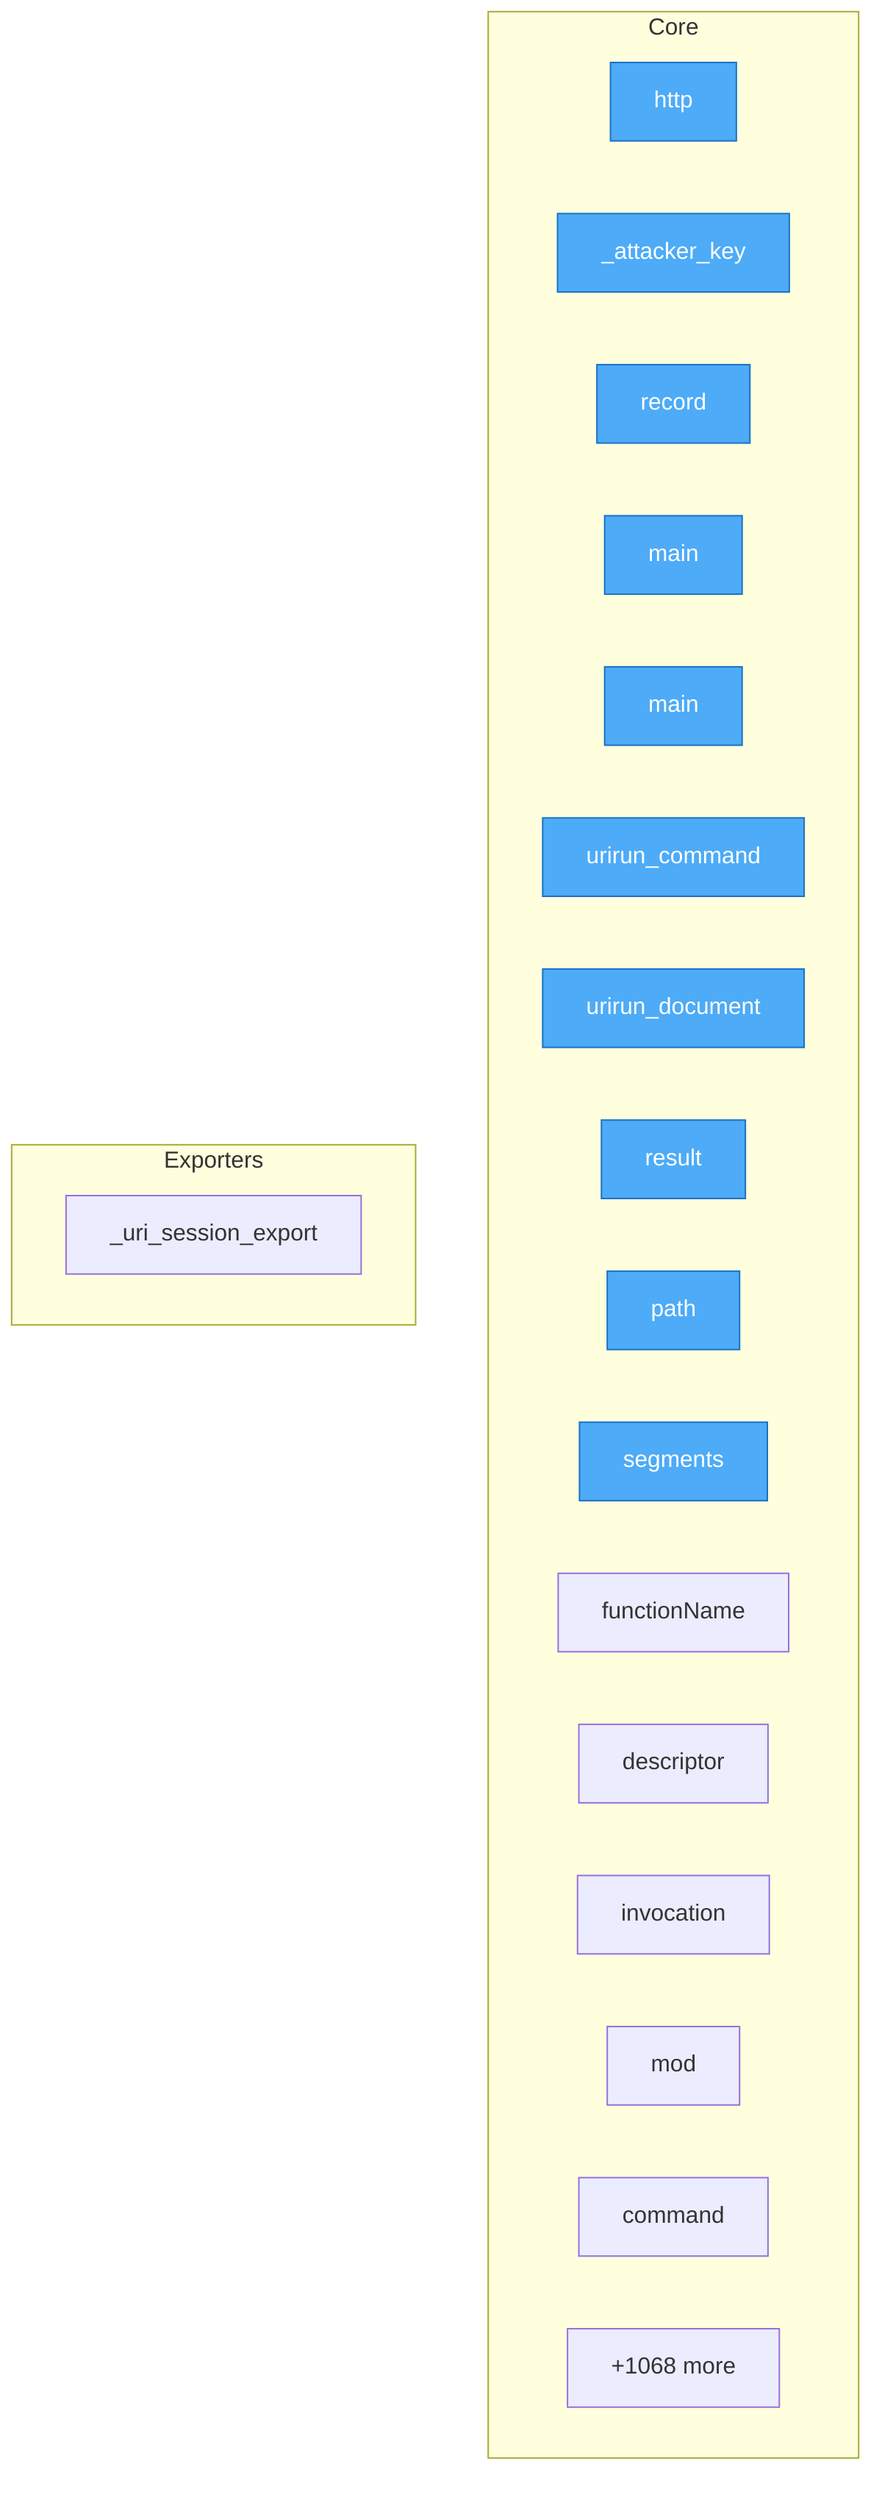
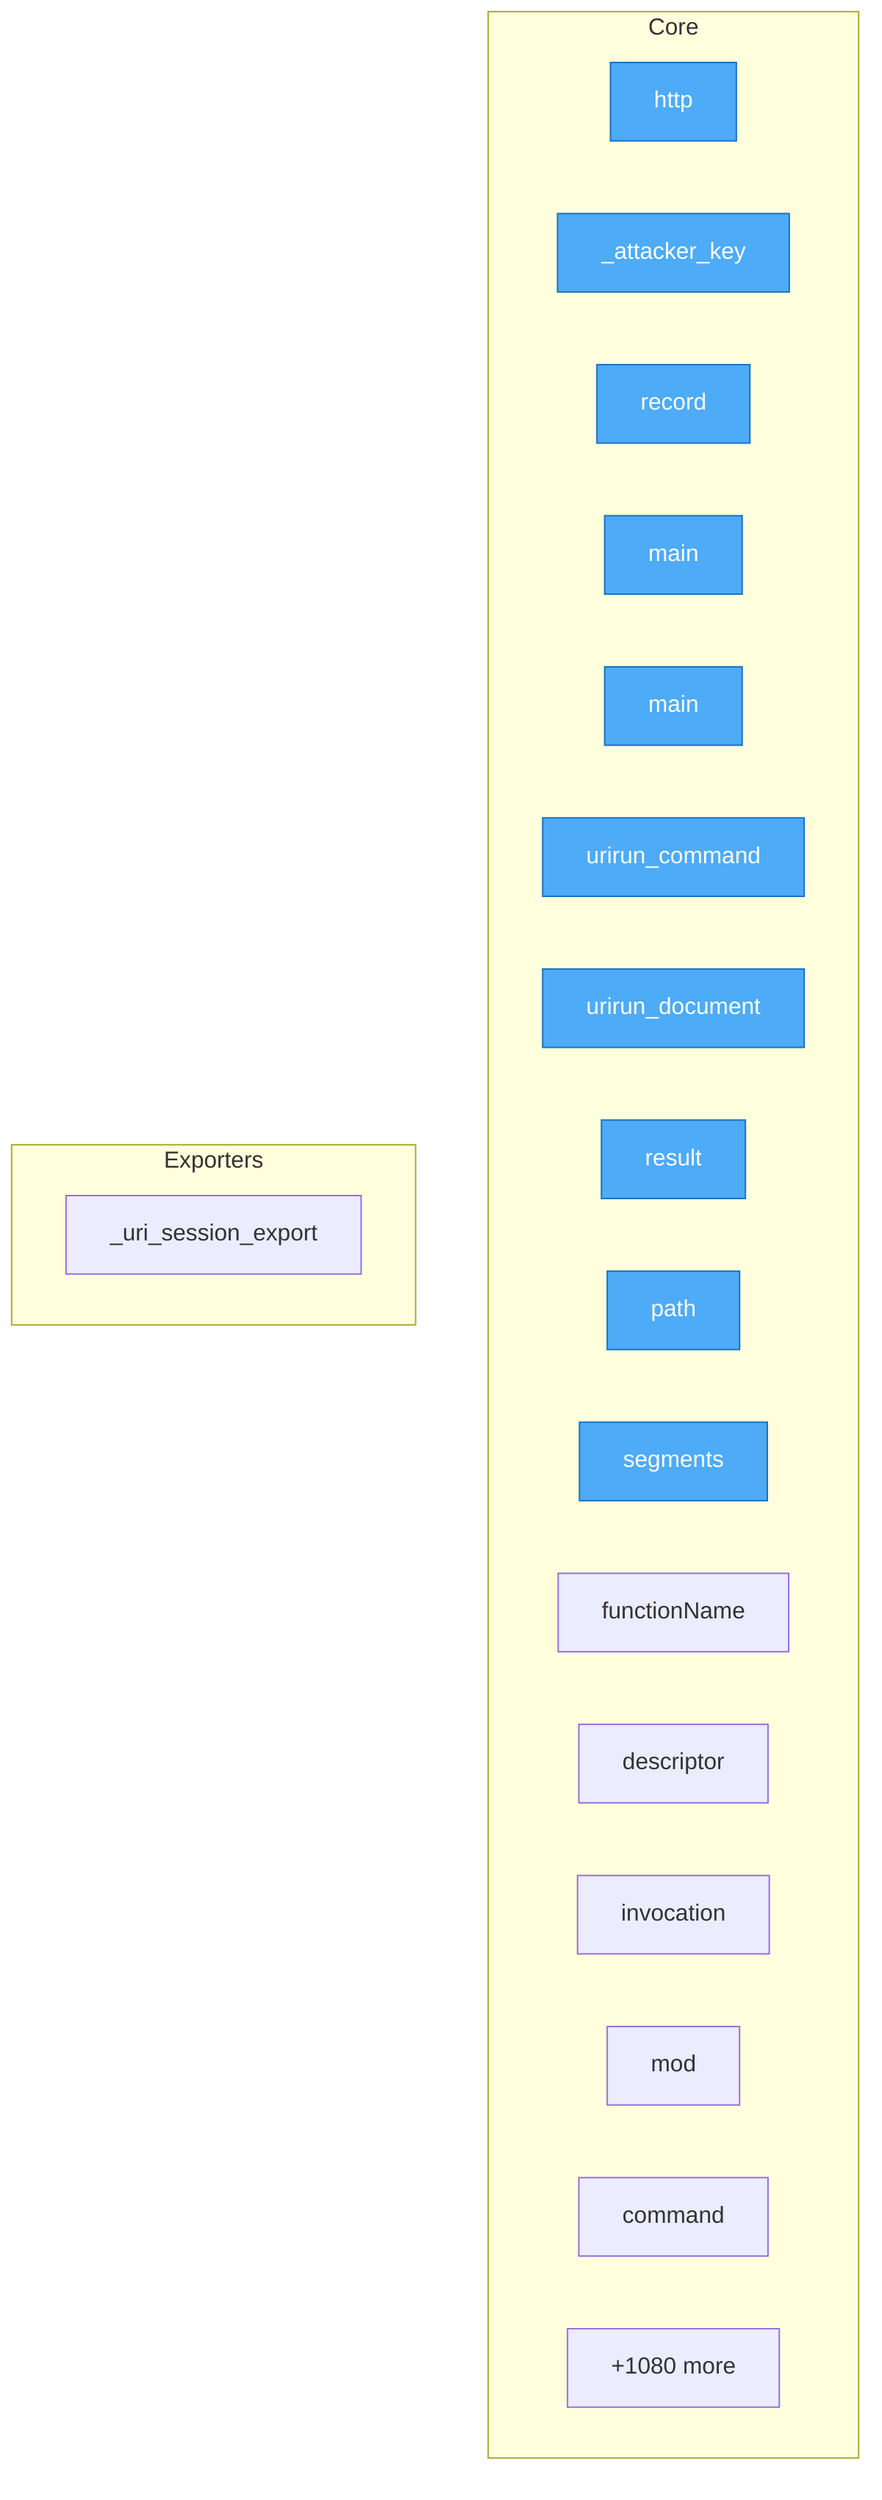
flowchart TD
- %% generated in 0.16s
+ %% generated in 0.11s

    %% Entry points (blue)
    classDef entry fill:#4dabf7,stroke:#1971c2,color:#fff

    subgraph Core
        security__mesh_probe__probe__http["http"]
        security__mesh_probe__probe___attacker_key["_attacker_key"]
        security__mesh_probe__probe__record["record"]
        adapters__conformance__main["main"]
        adapters__new_connector__main["main"]
        adapters__bash__urirun__urirun_command["urirun_command"]
        adapters__bash__urirun__urirun_document["urirun_document"]
        adapters__js__index__test__result["result"]
        adapters__js__path["path"]
        adapters__js__segments["segments"]
        adapters__js__functionName["functionName"]
        adapters__js__descriptor["descriptor"]
        adapters__js__invocation["invocation"]
        adapters__js__mod["mod"]
        adapters__java__Urirun__Urirun__command["command"]
-         ...["+1068 more"]
+         ...["+1080 more"]
    end

    subgraph Exporters
        adapters__python__urirun__node__skill___uri_session_export["_uri_session_export"]
    end

    class security__mesh_probe__probe__http,security__mesh_probe__probe___attacker_key,security__mesh_probe__probe__record,adapters__conformance__main,adapters__new_connector__main,adapters__bash__urirun__urirun_command,adapters__bash__urirun__urirun_document,adapters__js__index__test__result,adapters__js__path,adapters__js__segments entry
